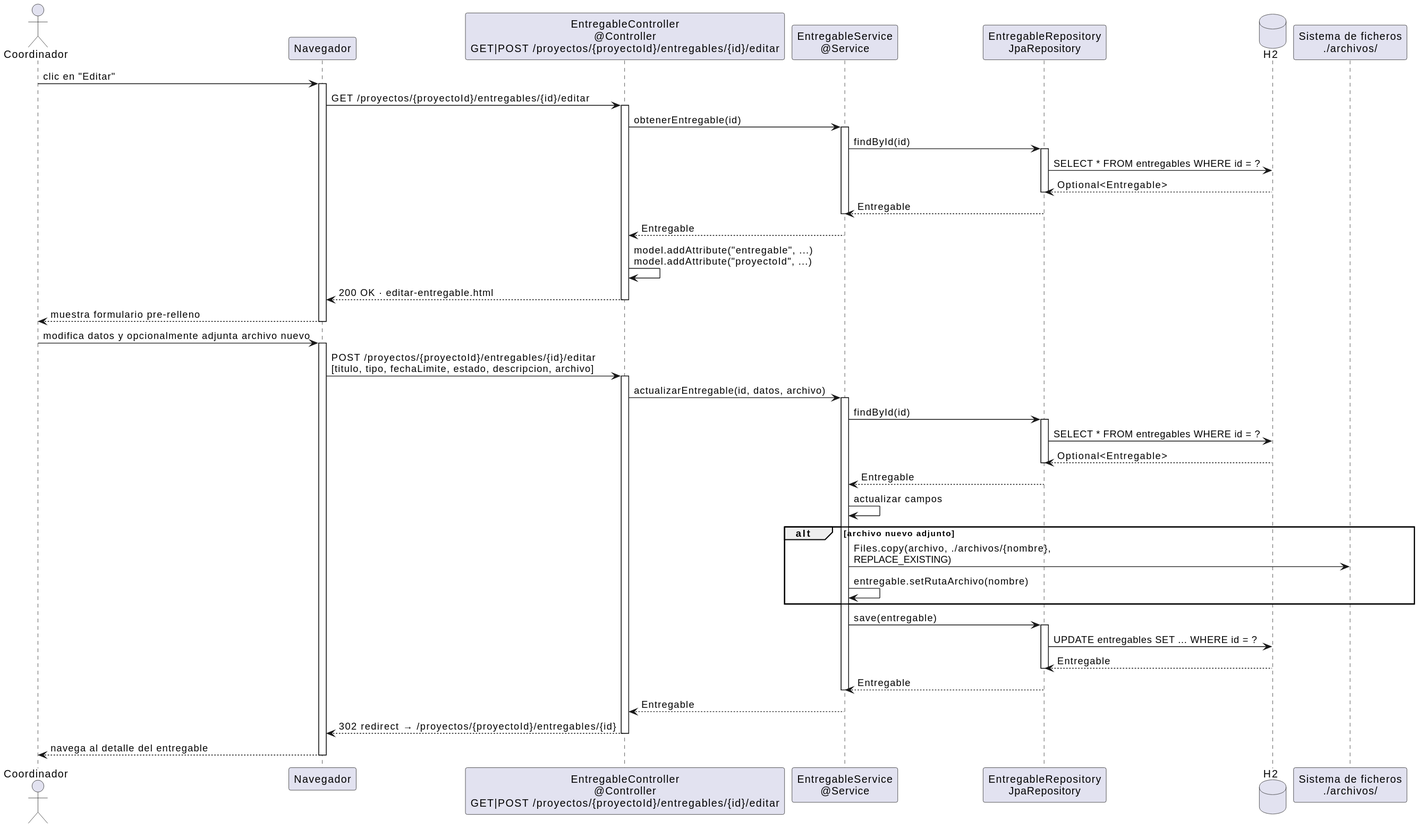
The PlantUML diagram images/diseño/coordinador/editarEntregable-diseño.svg in 31Diego/25-26-idsw2-sdVC, before a commit.
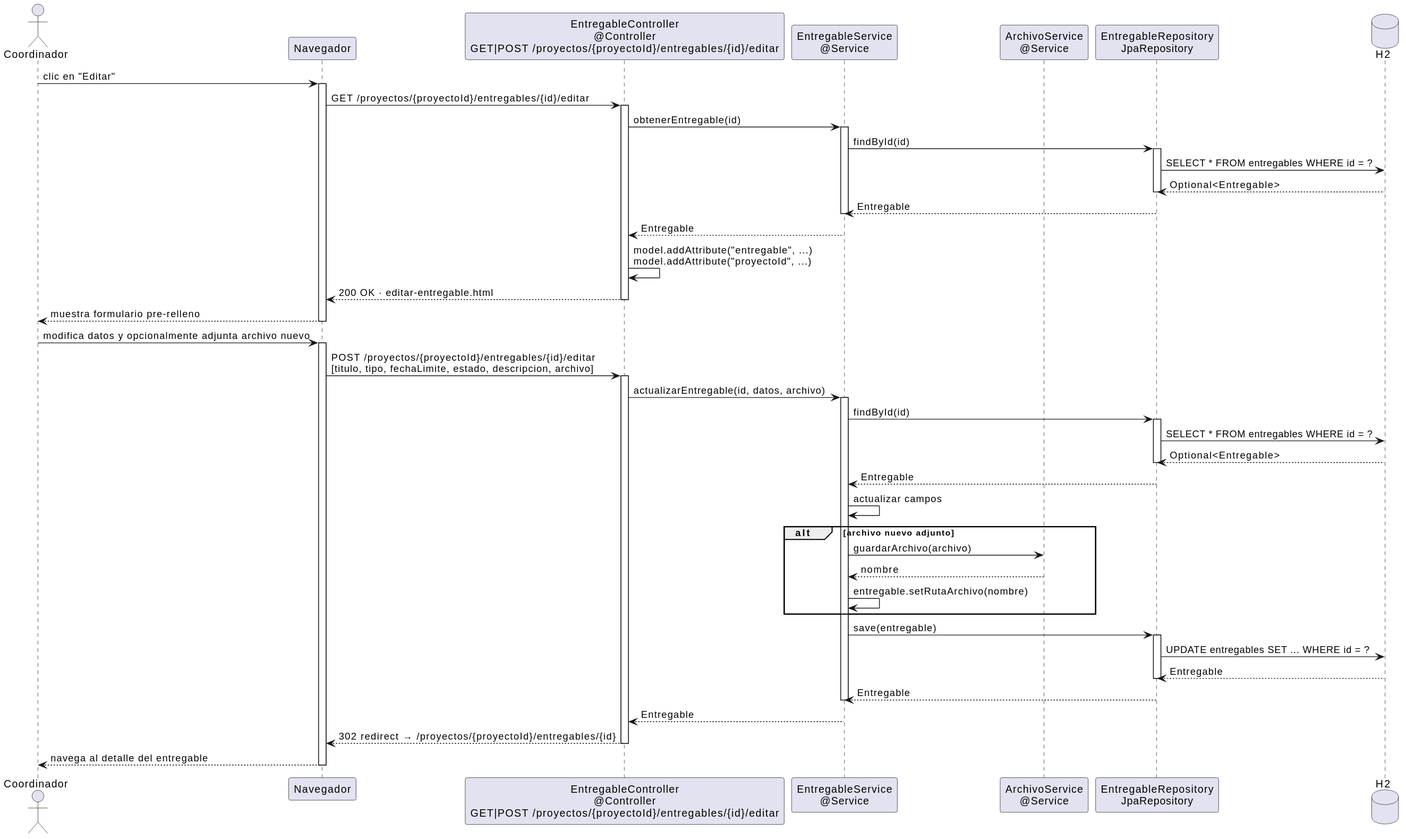
Above is the later version.

What changed in the source:
```diff
@@ -5,9 +5,9 @@
 participant "Navegador" as Nav
 participant "EntregableController\n@Controller\nGET|POST /proyectos/{proyectoId}/entregables/{id}/editar" as Ctrl
 participant "EntregableService\n@Service" as Service
+participant "ArchivoService\n@Service" as ArchivoSvc
 participant "EntregableRepository\nJpaRepository" as Repo
 database "H2" as DB
-participant "Sistema de ficheros\n./archivos/" as FS
 
 Coord -> Nav : clic en "Editar"
 activate Nav
@@ -45,7 +45,8 @@
 Service -> Service : actualizar campos
 
 alt archivo nuevo adjunto
-    Service -> FS : Files.copy(archivo, ./archivos/{nombre},\nREPLACE_EXISTING)
+    Service -> ArchivoSvc : guardarArchivo(archivo)
+    ArchivoSvc --> Service : nombre
     Service -> Service : entregable.setRutaArchivo(nombre)
 end
 
```
